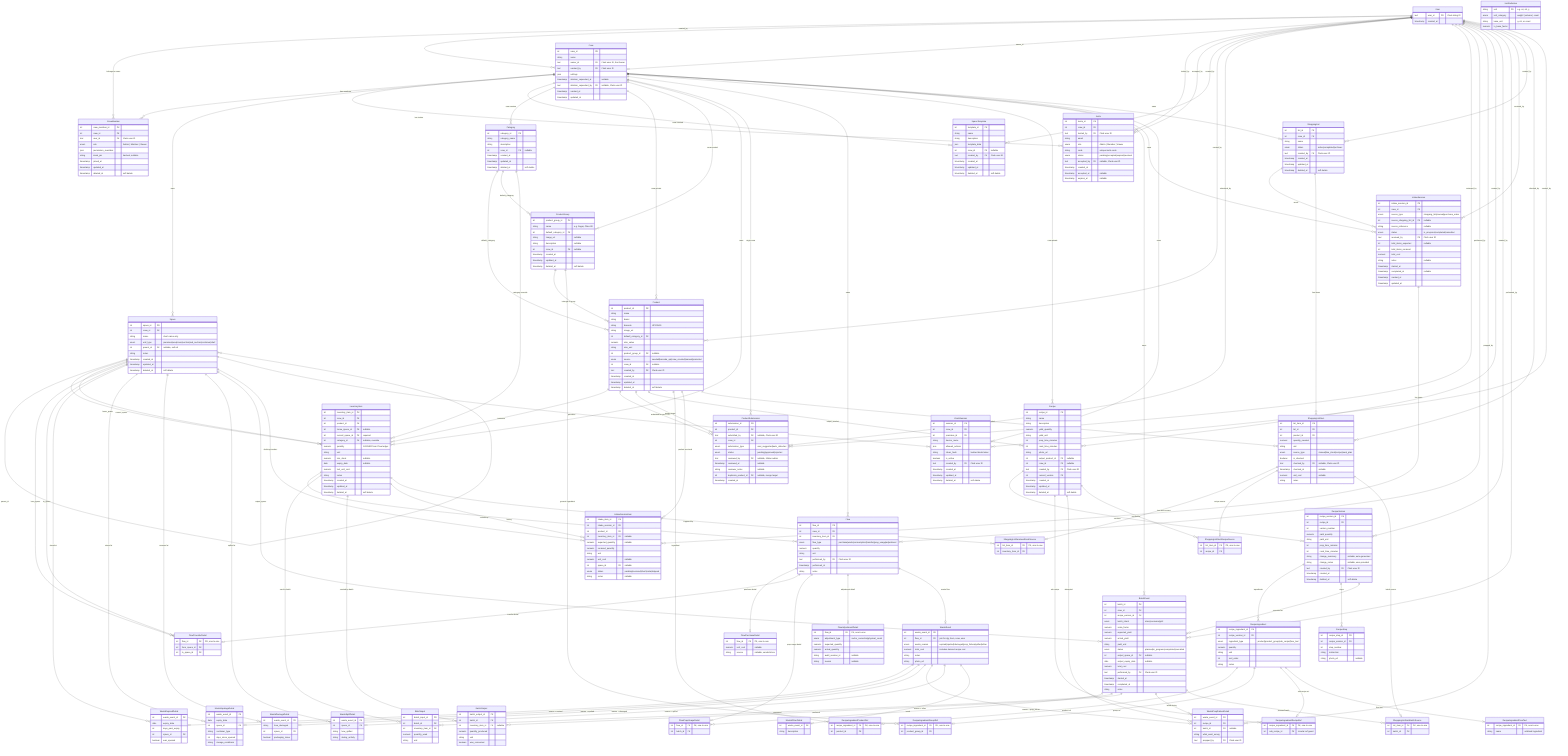
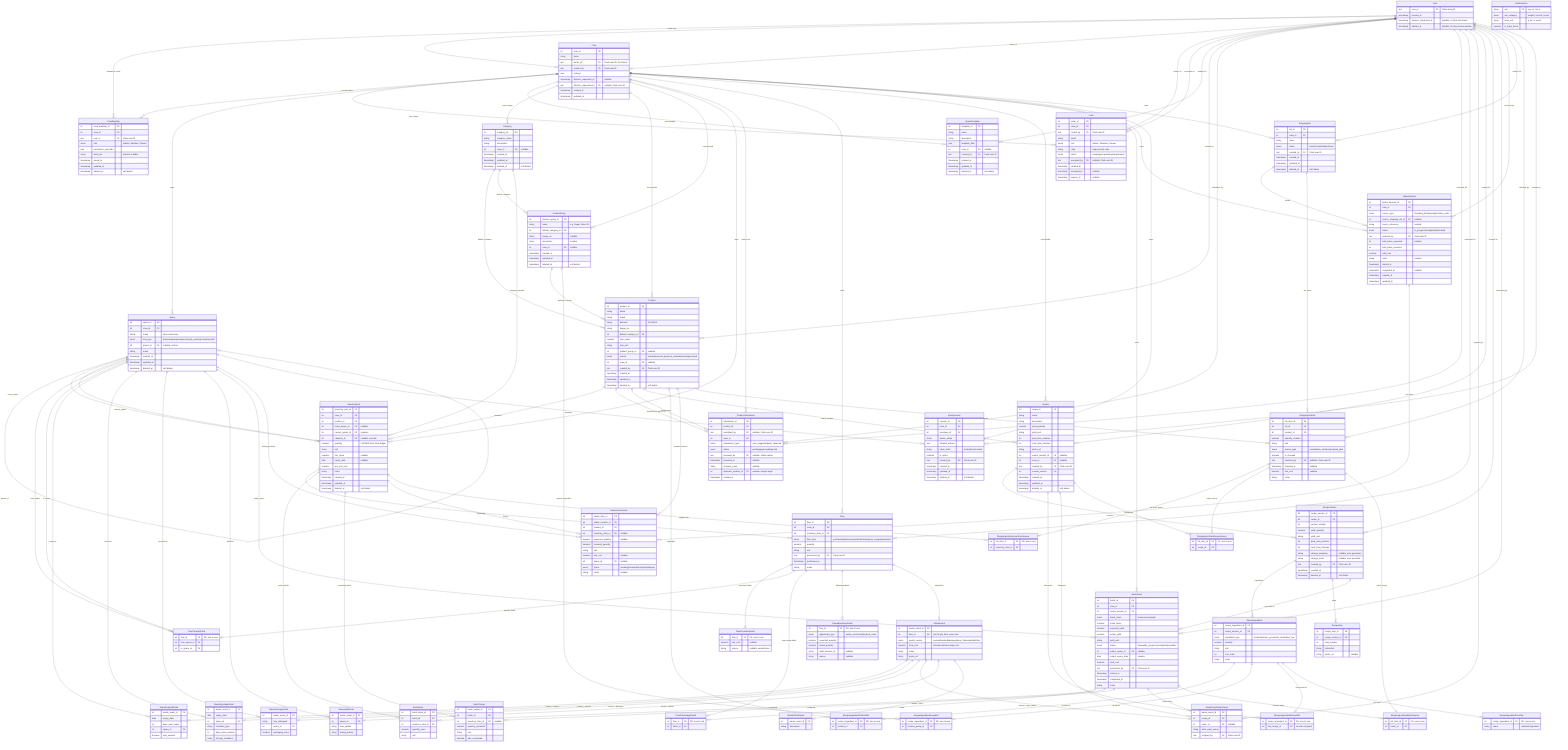
erDiagram
    %% ═══════════════════════════════════════════
    %% INMAN — Entity Relationship Diagram
    %% Updated: March 31, 2026 (post-review v3 + onboarding journey)
    %% Changes: Added Invite entity, token_hash on KioskSession
    %% ═══════════════════════════════════════════

    %% ─── TENANCY & AUTH ───────────────────────

    Crew {
        int crew_id PK
        string name
        text owner_id FK "Clerk user ID, the Owner"
        text created_by FK "Clerk user ID"
        json settings
        timestamp deletion_requested_at "nullable"
        text deletion_requested_by FK "nullable, Clerk user ID"
        timestamp created_at
        timestamp updated_at
    }

    User {
        text user_id PK "Clerk string ID"
        timestamp created_at
+         timestamp deletion_requested_at "nullable, UI click timestamp"
+         timestamp deleted_at "nullable, 30-day restore window"
    }

    CrewMember {
        int crew_member_id PK
        int crew_id FK
        text user_id FK "Clerk user ID"
        enum role "Admin | Member | Viewer"
        json permission_overrides
        string kiosk_pin "hashed, nullable"
        timestamp joined_at
        timestamp updated_at
        timestamp deleted_at "soft delete"
    }

    Invite {
        int invite_id PK
        int crew_id FK
        text invited_by FK "Clerk user ID"
        string email
        enum role "Admin | Member | Viewer"
        string code "unique invite code"
        enum status "pending|accepted|expired|revoked"
        text accepted_by FK "nullable, Clerk user ID"
        timestamp created_at
        timestamp accepted_at "nullable"
        timestamp expires_at "nullable"
    }

    User ||--o{ CrewMember : "belongs to crews"
    Crew ||--o{ CrewMember : "has members"
    User ||--o{ Crew : "created_by"
    User ||--o| Crew : "owner_id"
    Crew ||--o{ Invite : "has invites"
    User ||--o{ Invite : "invited_by"
    User ||--o{ Invite : "accepted_by"

    %% ─── SPACES ───────────────────────────────

    Space {
        int space_id PK
        int crew_id FK
        string name "short name only"
        enum unit_type "premises|area|zone|section|sub_section|container|shelf"
        int parent_id FK "nullable, self-ref"
        string notes
        timestamp created_at
        timestamp updated_at
        timestamp deleted_at "soft delete"
    }

    SpaceTemplate {
        int template_id PK
        string name
        string description
        json template_data
        int crew_id FK "nullable"
        text created_by FK "Clerk user ID"
        timestamp created_at
        timestamp updated_at
        timestamp deleted_at "soft delete"
    }

    Crew ||--o{ Space : "owns"
    Space ||--o{ Space : "parent_id"
    Crew ||--o{ SpaceTemplate : "crew-created"
    User ||--o{ SpaceTemplate : "created_by"

    %% ─── CATALOG ──────────────────────────────

    Product {
        int product_id PK
        string name
        string brand
        string barcode "UPC/EAN"
        string image_url
        int default_category_id FK
        numeric size_value
        string size_unit
        int product_group_id FK "nullable"
        enum source "seeded|barcode_api|crew_created|manual|promoted"
        int crew_id FK "nullable"
        text created_by FK "Clerk user ID"
        timestamp created_at
        timestamp updated_at
        timestamp deleted_at "soft delete"
    }

    ProductGroup {
        int product_group_id PK
        string name "e.g. Sugar, Olive Oil"
        int default_category_id FK
        string image_url "nullable"
        string description "nullable"
        int crew_id FK "nullable"
        timestamp created_at
        timestamp updated_at
        timestamp deleted_at "soft delete"
    }

    Category {
        int category_id PK
        string category_name
        string description
        int crew_id FK "nullable"
        timestamp created_at
        timestamp updated_at
        timestamp deleted_at "soft delete"
    }

    InventoryItem {
        int inventory_item_id PK
        int crew_id FK
        int product_id FK
        int home_space_id FK "nullable"
        int current_space_id FK "required"
        int category_id FK "nullable, override"
        numeric quantity "CACHED from Flow ledger"
        string unit
        numeric min_stock "nullable"
        date expiry_date "nullable"
        numeric last_unit_cost
        string notes
        timestamp created_at
        timestamp updated_at
        timestamp deleted_at "soft delete"
    }

    Category ||--o{ Product : "default_category"
    Category ||--o{ ProductGroup : "default_category"
    ProductGroup ||--o{ Product : "belongs to group"
    Crew ||--o{ Category : "crew-custom"
    Crew ||--o{ Product : "crew-private"
    Crew ||--o{ ProductGroup : "crew-created"
    User ||--o{ Product : "created_by"
    Product ||--o{ InventoryItem : "instances"
    Crew ||--o{ InventoryItem : "owns"
    Space ||--o{ InventoryItem : "home_space"
    Space ||--o{ InventoryItem : "current_space"
    Category ||--o{ InventoryItem : "category override"

    %% ─── CATALOG CURATION ─────────────────────

    ProductSubmission {
        int submission_id PK
        int product_id FK
        text submitted_by FK "nullable, Clerk user ID"
        int crew_id FK
        enum submission_type "user_suggested|auto_detected"
        enum status "pending|approved|rejected"
        text reviewed_by FK "nullable, InMan admin"
        timestamp reviewed_at "nullable"
        string reviewer_notes "nullable"
        int duplicate_product_id FK "nullable, merge target"
        timestamp created_at
    }

    Product ||--o{ ProductSubmission : "submitted for promotion"
    Product ||--o{ ProductSubmission : "merge target"
    Crew ||--o{ ProductSubmission : "origin crew"
    User ||--o{ ProductSubmission : "submitted_by"
    User ||--o{ ProductSubmission : "reviewed_by"

    %% ─── REFERENCE DATA ───────────────────────

    UnitDefinition {
        string unit PK "e.g. oz, ml, g"
        enum unit_category "weight | volume | count"
        string base_unit "g, ml, or count"
        numeric to_base_factor
    }

    %% ─── FLOWS ────────────────────────────────

    Flow {
        int flow_id PK
        int crew_id FK
        int inventory_item_id FK
        enum flow_type "purchase|waste|consumption|transfer|prep_usage|adjustment"
        numeric quantity
        string unit
        text performed_by FK "Clerk user ID"
        timestamp performed_at
        string notes
    }

    FlowPurchaseDetail {
        int flow_id FK "PK, one-to-one"
        numeric unit_cost "nullable"
        string source "nullable, vendor/store"
    }

    FlowTransferDetail {
        int flow_id FK "PK, one-to-one"
        int from_space_id FK
        int to_space_id FK
    }

    FlowPrepUsageDetail {
        int flow_id FK "PK, one-to-one"
        int batch_id FK
    }

    Crew ||--o{ Flow : "owns"
    InventoryItem ||--o{ Flow : "history"
    User ||--o{ Flow : "performed_by"
    Flow ||--o| FlowPurchaseDetail : "purchase detail"
    Flow ||--o| FlowTransferDetail : "transfer detail"
    Flow ||--o| FlowPrepUsageDetail : "prep usage detail"
    Space ||--o{ FlowTransferDetail : "from_space"
    Space ||--o{ FlowTransferDetail : "to_space"
    BatchEvent ||--o{ FlowPrepUsageDetail : "batch"

    FlowAdjustmentDetail {
        int flow_id FK "PK, one-to-one"
        enum adjustment_type "cache_correction|physical_count"
        numeric expected_quantity
        numeric actual_quantity
        string audit_session_id "nullable"
        string reason "nullable"
    }

    Flow ||--o| FlowAdjustmentDetail : "adjustment detail"

    %% ─── WASTE ────────────────────────────────

    WasteEvent {
        int waste_event_id PK
        int flow_id FK "join for qty, item, crew, user"
        enum waste_reason "expired|spoiled|damaged|prep_failure|spilled|other"
        numeric total_cost "includes derived recipe cost"
        string notes
        string photo_url
    }

    WasteExpiredDetail {
        int waste_event_id FK
        date expiry_date
        int days_past_expiry
        int space_id FK
        boolean was_opened
    }

    WasteSpoilageDetail {
        int waste_event_id FK
        date expiry_date
        int space_id FK
        string container_type
        int days_since_opened
        string storage_conditions
    }

    WasteDamageDetail {
        int waste_event_id FK
        string how_damaged
        int space_id FK
        boolean packaging_issue
    }

    WastePrepFailureDetail {
        int waste_event_id FK
        int recipe_id FK
        int batch_id FK "nullable"
        string what_went_wrong
        text prepped_by FK "Clerk user ID"
    }

    WasteSpillDetail {
        int waste_event_id FK
        int space_id FK
        string how_spilled
        string during_activity
    }

    WasteOtherDetail {
        int waste_event_id FK
        string description
    }

    Flow ||--o| WasteEvent : "waste flow"
    WasteEvent ||--o| WasteExpiredDetail : "reason = expired"
    WasteEvent ||--o| WasteSpoilageDetail : "reason = spoiled"
    WasteEvent ||--o| WasteDamageDetail : "reason = damaged"
    WasteEvent ||--o| WastePrepFailureDetail : "reason = prep_failure"
    WasteEvent ||--o| WasteSpillDetail : "reason = spilled"
    WasteEvent ||--o| WasteOtherDetail : "reason = other"
    Space ||--o{ WasteExpiredDetail : "stored at"
    Space ||--o{ WasteSpoilageDetail : "stored at"
    Space ||--o{ WasteDamageDetail : "occurred at"
    Space ||--o{ WasteSpillDetail : "spilled at"
    User ||--o{ WastePrepFailureDetail : "prepped_by"

    %% ─── RECIPES ──────────────────────────────

    Recipe {
        int recipe_id PK
        string name
        string description
        numeric yield_quantity
        string yield_unit
        int prep_time_minutes
        int cook_time_minutes
        string photo_url
        int output_product_id FK "nullable"
        int crew_id FK "nullable"
        text created_by FK "Clerk user ID"
        int current_version FK
        timestamp created_at
        timestamp updated_at
        timestamp deleted_at "soft delete"
    }

    RecipeVersion {
        int recipe_version_id PK
        int recipe_id FK
        int version_number
        numeric yield_quantity
        string yield_unit
        int prep_time_minutes
        int cook_time_minutes
        string change_summary "nullable, auto-generated"
        string change_notes "nullable, user-provided"
        text created_by FK "Clerk user ID"
        timestamp created_at
        timestamp deleted_at "soft delete"
    }

    RecipeIngredient {
        int recipe_ingredient_id PK
        int recipe_version_id FK
        enum ingredient_type "product|product_group|sub_recipe|free_text"
        numeric quantity
        string unit
        int sort_order
        string notes
    }

    RecipeIngredientProductRef {
        int recipe_ingredient_id FK "PK, one-to-one"
        int product_id FK
    }

    RecipeIngredientGroupRef {
        int recipe_ingredient_id FK "PK, one-to-one"
        int product_group_id FK
    }

    RecipeIngredientRecipeRef {
        int recipe_ingredient_id FK "PK, one-to-one"
        int sub_recipe_id FK "circular ref guard"
    }

    RecipeIngredientFreeText {
        int recipe_ingredient_id FK "PK, one-to-one"
        string name "unlinked ingredient"
    }

    RecipeStep {
        int recipe_step_id PK
        int recipe_version_id FK
        int step_number
        string instruction
        string photo_url "nullable"
    }

    Crew ||--o{ Recipe : "crew-private"
    User ||--o{ Recipe : "created_by"
    Product ||--o{ Recipe : "output_product"
    Recipe ||--o{ RecipeVersion : "versions"
    RecipeVersion ||--o{ RecipeIngredient : "ingredients"
    RecipeVersion ||--o{ RecipeStep : "steps"
    RecipeIngredient ||--o| RecipeIngredientProductRef : "product ref"
    RecipeIngredient ||--o| RecipeIngredientGroupRef : "group ref"
    RecipeIngredient ||--o| RecipeIngredientRecipeRef : "sub-recipe ref"
    RecipeIngredient ||--o| RecipeIngredientFreeText : "free text"
    Product ||--o{ RecipeIngredientProductRef : "ingredient"
    ProductGroup ||--o{ RecipeIngredientGroupRef : "generic ingredient"
    Recipe ||--o{ RecipeIngredientRecipeRef : "sub-recipe"
    User ||--o{ RecipeVersion : "created_by"
    Recipe ||--o{ WastePrepFailureDetail : "attempted"

    %% ─── BATCHING ─────────────────────────────

    BatchEvent {
        int batch_id PK
        int crew_id FK
        int recipe_version_id FK
        enum batch_intent "store|consume|split"
        numeric scale_factor
        numeric expected_yield
        numeric actual_yield
        string yield_unit
        enum status "planned|in_progress|completed|cancelled"
        int output_space_id FK "nullable"
        date output_expiry_date "nullable"
        numeric total_cost
        text performed_by FK "Clerk user ID"
        timestamp started_at
        timestamp completed_at
        string notes
    }

    BatchInput {
        int batch_input_id PK
        int batch_id FK
        int inventory_item_id FK
        numeric quantity_used
        string unit
    }

    BatchOutput {
        int batch_output_id PK
        int batch_id FK
        int inventory_item_id FK "nullable"
        numeric quantity_produced
        string unit
        boolean was_consumed
    }

    Crew ||--o{ BatchEvent : "owns"
    RecipeVersion ||--o{ BatchEvent : "executed as"
    User ||--o{ BatchEvent : "performed_by"
    Space ||--o{ BatchEvent : "output_space"
    BatchEvent ||--o{ BatchInput : "consumed"
    BatchEvent ||--o{ BatchOutput : "produced"
    InventoryItem ||--o{ BatchInput : "used in batch"
    InventoryItem ||--o{ BatchOutput : "created by batch"
    BatchEvent ||--o{ WastePrepFailureDetail : "failed during"

    %% ─── SHOPPING ─────────────────────────────

    IntakeSession {
        int intake_session_id PK
        int crew_id FK
        enum source_type "shopping_list|manual|purchase_order"
        int source_shopping_list_id FK "nullable"
        string source_reference "nullable"
        enum status "in_progress|completed|cancelled"
        text received_by FK "Clerk user ID"
        int total_items_expected "nullable"
        int total_items_received
        numeric total_cost
        string notes "nullable"
        timestamp started_at
        timestamp completed_at "nullable"
        timestamp created_at
        timestamp updated_at
    }

    IntakeSessionItem {
        int intake_item_id PK
        int intake_session_id FK
        int product_id FK
        int inventory_item_id FK "nullable"
        numeric expected_quantity "nullable"
        numeric received_quantity
        string unit
        numeric unit_cost "nullable"
        int space_id FK "nullable"
        enum status "pending|received|short|extra|skipped"
        string notes "nullable"
    }

    Crew ||--o{ IntakeSession : "owns"
    User ||--o{ IntakeSession : "received_by"
    ShoppingList ||--o{ IntakeSession : "seeds"
    IntakeSession ||--o{ IntakeSessionItem : "line items"
    Product ||--o{ IntakeSessionItem : "product received"
    InventoryItem ||--o{ IntakeSessionItem : "restocking"
    Space ||--o{ IntakeSessionItem : "shelving location"

    ShoppingList {
        int list_id PK
        int crew_id FK
        string name
        enum status "active|completed|archived"
        text created_by FK "Clerk user ID"
        timestamp created_at
        timestamp updated_at
        timestamp deleted_at "soft delete"
    }

    ShoppingListItem {
        int list_item_id PK
        int list_id FK
        int product_id FK
        numeric quantity_needed
        string unit
        enum source_type "manual|low_stock|recipe|meal_plan"
        boolean is_checked
        text checked_by FK "nullable, Clerk user ID"
        timestamp checked_at "nullable"
        numeric unit_cost "nullable"
        string notes
    }

    ShoppingListItemLowStockSource {
        int list_item_id FK "PK, one-to-one"
        int inventory_item_id FK
    }

    ShoppingListItemRecipeSource {
        int list_item_id FK "PK, one-to-one"
        int recipe_id FK
    }

    ShoppingListItemBatchSource {
        int list_item_id FK "PK, one-to-one"
        int batch_id FK
    }

    Crew ||--o{ ShoppingList : "owns"
    User ||--o{ ShoppingList : "created_by"
    ShoppingList ||--o{ ShoppingListItem : "line items"
    Product ||--o{ ShoppingListItem : "product needed"
    User ||--o{ ShoppingListItem : "checked_by"
    ShoppingListItem ||--o| ShoppingListItemLowStockSource : "low stock source"
    ShoppingListItem ||--o| ShoppingListItemRecipeSource : "recipe source"
    ShoppingListItem ||--o| ShoppingListItemBatchSource : "batch source"
    InventoryItem ||--o{ ShoppingListItemLowStockSource : "triggered by"
    Recipe ||--o{ ShoppingListItemRecipeSource : "needed for"
    BatchEvent ||--o{ ShoppingListItemBatchSource : "planned batch"

    %% ─── KIOSK ────────────────────────────────

    KioskSession {
        int session_id PK
        int crew_id FK
        int premises_id FK
        string device_name
        json allowed_actions
        string token_hash "hashed kiosk token"
        boolean is_active
        text created_by FK "Clerk user ID"
        timestamp created_at
        timestamp updated_at
        timestamp deleted_at "soft delete"
    }

    Crew ||--o{ KioskSession : "owns"
    Space ||--o{ KioskSession : "premises"
    User ||--o{ KioskSession : "created_by"
